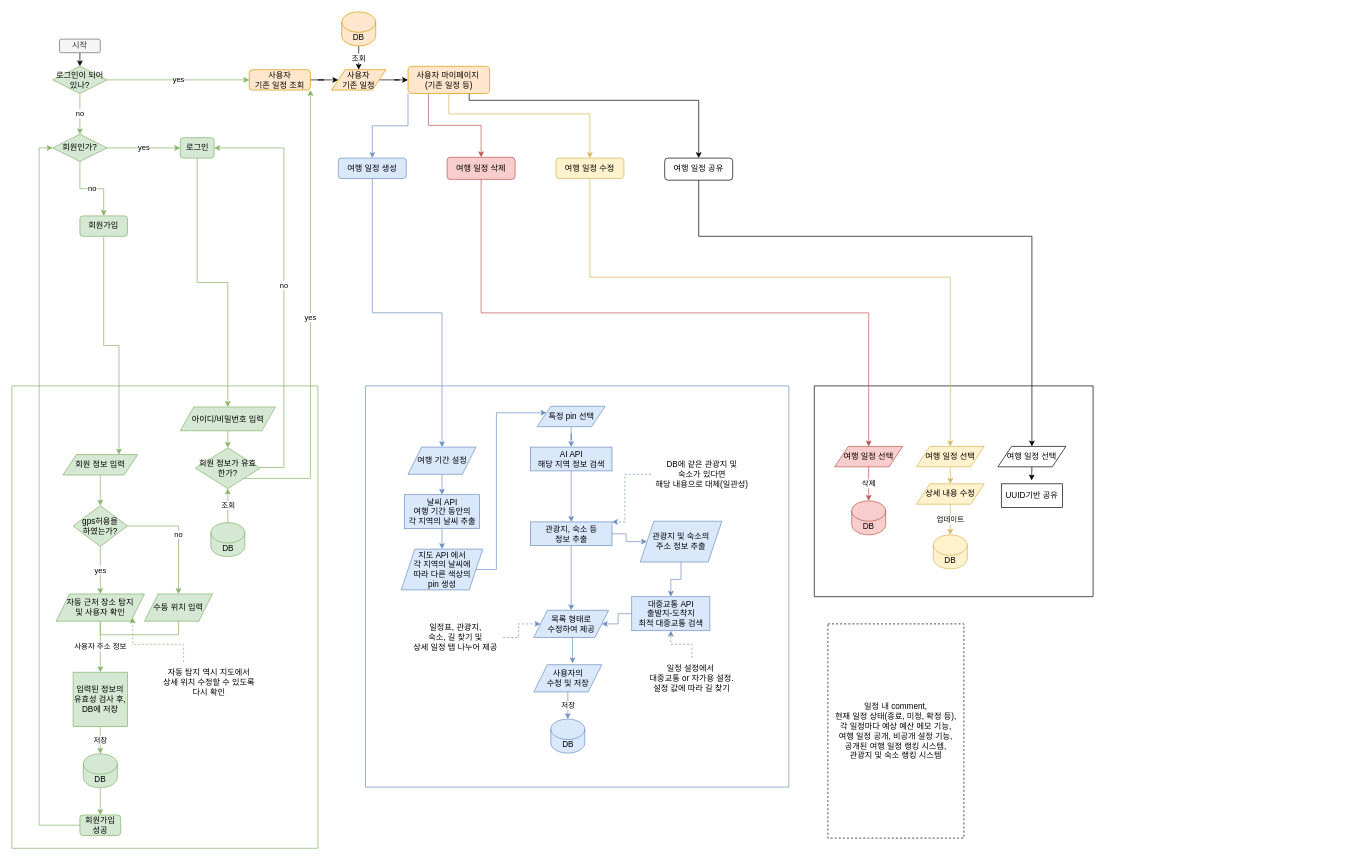
Earlier version of the draw.io diagram trivista/자료/trivista.drawio (Ju-S/TIL_KDT). Source tidied: cells renumbered, new cells numbered last; positions are measured from the earlier drawing's top-left corner, leaving out a move shared by most shapes. Both pictures are drawn from the tidied source at 68%, with x=0, y=0 at pixel (12, 12).
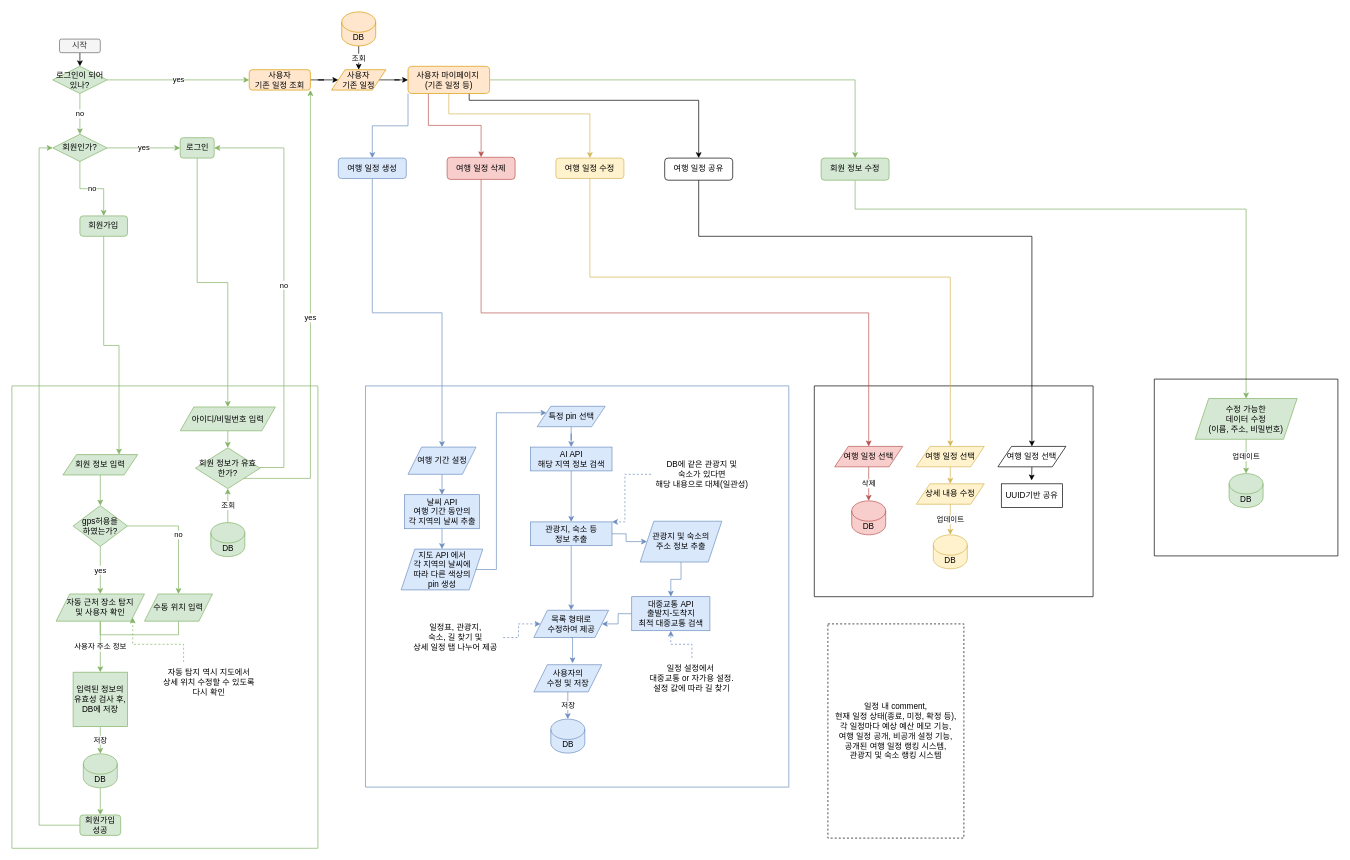
The same diagram, later.

Unchanged cells that the change refers to:
```xml
<mxCell id="10" value="사용자 마이페이지&amp;nbsp;&lt;div&gt;&lt;span style=&quot;background-color: transparent; color: light-dark(rgb(0, 0, 0), rgb(255, 255, 255));&quot;&gt;(기존 일정 등)&lt;/span&gt;&lt;/div&gt;" style="rounded=1;whiteSpace=wrap;html=1;fillColor=#ffe6cc;strokeColor=#d79b00;" parent="1" vertex="1">
  <mxGeometry x="582.5" y="80" width="120" height="40" as="geometry" />
</mxCell>
```

Diff of the diagram source:
```diff
@@
+    <mxCell id="100" style="edgeStyle=orthogonalEdgeStyle;rounded=0;jettySize=auto;html=1;exitX=1;exitY=0.5;exitDx=0;exitDy=0;entryX=0.5;entryY=0;entryDx=0;entryDy=0;fillColor=#d5e8d4;strokeColor=#82b366;" parent="1" edge="1" source="10" target="102">
+      <mxGeometry relative="1" as="geometry" />
+    </mxCell>
@@
+    <mxCell id="101" style="edgeStyle=orthogonalEdgeStyle;rounded=0;jettySize=auto;html=1;exitX=0.5;exitY=1;exitDx=0;exitDy=0;entryX=0.5;entryY=0;entryDx=0;entryDy=0;fillColor=#d5e8d4;strokeColor=#82b366;" parent="1" edge="1" source="102" target="105">
+      <mxGeometry relative="1" as="geometry">
+        <Array as="points">
+          <mxPoint x="1240" y="290" />
+          <mxPoint x="1815" y="290" />
+        </Array>
+      </mxGeometry>
+    </mxCell>
+    <mxCell id="102" value="회원 정보 수정" style="rounded=1;whiteSpace=wrap;html=1;fillColor=#d5e8d4;strokeColor=#82b366;" parent="1" vertex="1">
+      <mxGeometry x="1190" y="215" width="100" height="32.5" as="geometry" />
+    </mxCell>
+    <mxCell id="103" style="swimlane;startSize=0;" parent="1" vertex="1">
+      <mxGeometry x="1680" y="540" width="270" height="260" as="geometry" />
+    </mxCell>
+    <mxCell id="104" value="업데이트" style="edgeStyle=orthogonalEdgeStyle;rounded=0;jettySize=auto;html=1;fillColor=#d5e8d4;strokeColor=#82b366;" parent="103" edge="1" source="105" target="106">
+      <mxGeometry relative="1" as="geometry" />
+    </mxCell>
+    <mxCell id="105" value="수정 가능한&lt;div&gt;데이터&amp;nbsp;&lt;span style=&quot;background-color: transparent; color: light-dark(rgb(0, 0, 0), rgb(255, 255, 255));&quot;&gt;수정&lt;/span&gt;&lt;/div&gt;&lt;div&gt;&lt;span style=&quot;background-color: transparent; color: light-dark(rgb(0, 0, 0), rgb(255, 255, 255));&quot;&gt;(이름, 주소, 비밀번호)&lt;/span&gt;&lt;/div&gt;" style="shape=parallelogram;perimeter=parallelogramPerimeter;whiteSpace=wrap;html=1;fixedSize=1;fillColor=#d5e8d4;strokeColor=#82b366;" parent="103" vertex="1">
+      <mxGeometry x="60" y="28.5" width="150" height="60" as="geometry" />
+    </mxCell>
+    <mxCell id="106" value="DB" style="shape=cylinder3;whiteSpace=wrap;html=1;boundedLbl=1;backgroundOutline=1;size=15;fillColor=#d5e8d4;strokeColor=#82b366;" parent="103" vertex="1">
+      <mxGeometry x="110" y="139" width="50" height="50" as="geometry" />
+    </mxCell>
```
